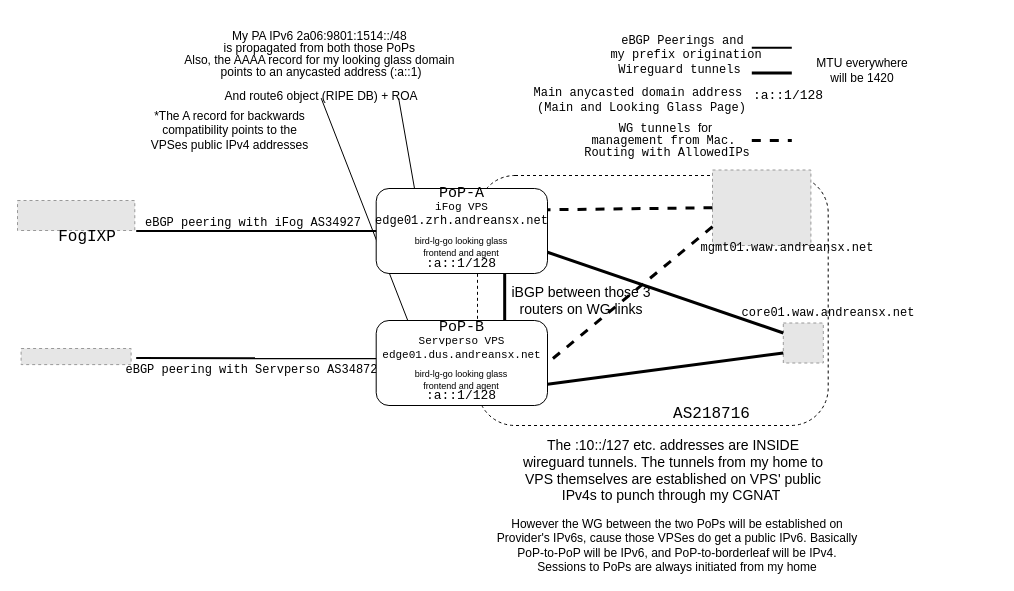
The draw.io diagram media/ownassimplified.drawio in Andreansx/AS218716-Networking-lab, before the edit. Source tidied: cells renumbered, new cells numbered last; positions are measured from the earlier drawing's top-left corner, leaving out a move shared by most shapes. Both pictures are drawn from the tidied source at 100%, with x=0, y=0 at pixel (17, 33). Pictures stored in the file or linked from it are replaced by grey dashed boxes.
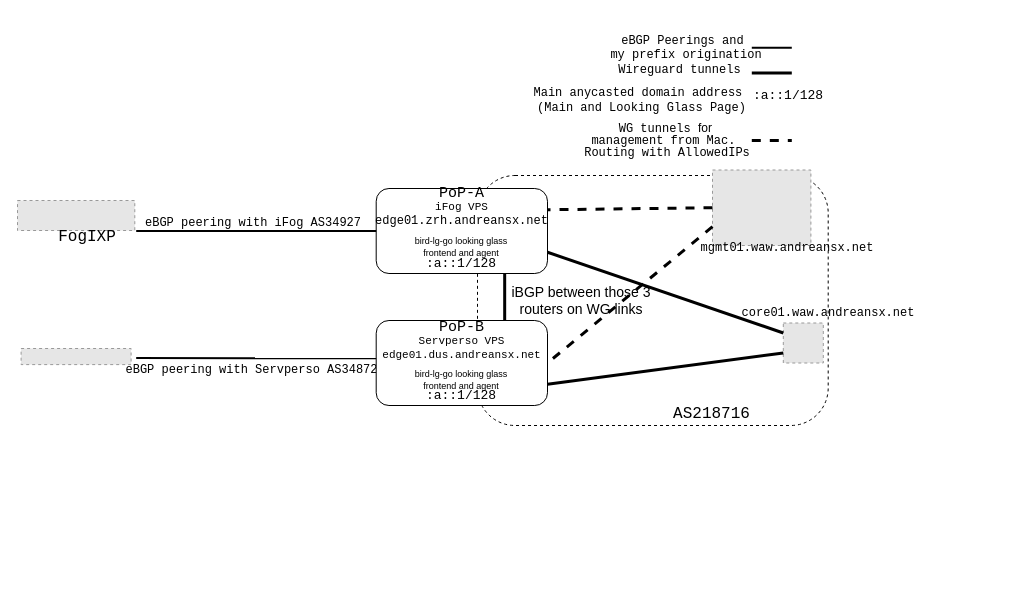
The same diagram, later.

What changed in the source:
```diff
@@
-    <mxCell id="14" value="&lt;div style=&quot;line-height: 30%;&quot;&gt;&lt;p style=&quot;line-height: 100%;&quot;&gt;My PA IPv6 2a06:9801:1514::/48&amp;nbsp;&lt;br&gt;is propagated from both those PoPs&amp;nbsp;&lt;br&gt;Also, the AAAA record for my looking glass domain&amp;nbsp;&lt;br&gt;points to an anycasted address (:a::1)&lt;/p&gt;&lt;p style=&quot;line-height: 100%;&quot;&gt;And route6 object (RIPE DB) + ROA&lt;/p&gt;&lt;/div&gt;" style="text;html=1;whiteSpace=wrap;strokeColor=none;fillColor=none;align=center;verticalAlign=middle;rounded=0;" parent="1" vertex="1">
-      <mxGeometry x="148.6" y="-0.5" width="310" height="65" as="geometry" />
-    </mxCell>
-    <mxCell id="15" style="endArrow=classic;html=1;rounded=0;exitX=0.75;exitY=1;exitDx=0;exitDy=0;" parent="1" edge="1" source="14">
-      <mxGeometry relative="1" as="geometry">
-        <mxPoint x="400" y="172" as="targetPoint" />
-      </mxGeometry>
-    </mxCell>
-    <mxCell id="16" style="endArrow=classic;html=1;rounded=0;exitX=0.5;exitY=1;exitDx=0;exitDy=0;" parent="1" edge="1" source="14">
-      <mxGeometry relative="1" as="geometry">
-        <mxPoint x="400" y="312" as="targetPoint" />
-      </mxGeometry>
-    </mxCell>
-    <mxCell id="17" value="&lt;font style=&quot;font-size: 14px;&quot;&gt;The :10::/127 etc. addresses are INSIDE wireguard tunnels. The tunnels from my home to VPS themselves are established on VPS' public IPv4s to punch through my CGNAT&amp;nbsp;&lt;/font&gt;" style="text;html=1;whiteSpace=wrap;strokeColor=none;fillColor=none;align=center;verticalAlign=middle;rounded=0;" parent="1" vertex="1">
-      <mxGeometry x="500.7" y="412" width="310" height="50" as="geometry" />
-    </mxCell>
@@
-    <mxCell id="22" value="However the WG between the two PoPs will be established on Provider's IPv6s, cause those VPSes do get a public IPv6. Basically PoP-to-PoP will be IPv6, and PoP-to-borderleaf will be IPv4.&lt;div&gt;Sessions to PoPs are always initiated from my home&lt;/div&gt;" style="text;html=1;whiteSpace=wrap;strokeColor=none;fillColor=none;align=center;verticalAlign=middle;rounded=0;" parent="1" vertex="1">
-      <mxGeometry x="475" y="497" width="370" height="30" as="geometry" />
-    </mxCell>
@@
-    <mxCell id="30" value="*The A record for backwards compatibility points to the VPSes public IPv4 addresses" style="text;html=1;whiteSpace=wrap;strokeColor=none;fillColor=none;align=center;verticalAlign=middle;rounded=0;" parent="1" vertex="1">
-      <mxGeometry x="127.3" y="82" width="171.3" height="30" as="geometry" />
-    </mxCell>
@@
-    <mxCell id="37" value="MTU everywhere will be 1420" style="text;html=1;whiteSpace=wrap;strokeColor=none;fillColor=none;align=center;verticalAlign=middle;rounded=0;" parent="1" vertex="1">
-      <mxGeometry x="790" y="22" width="110" height="30" as="geometry" />
-    </mxCell>
```
